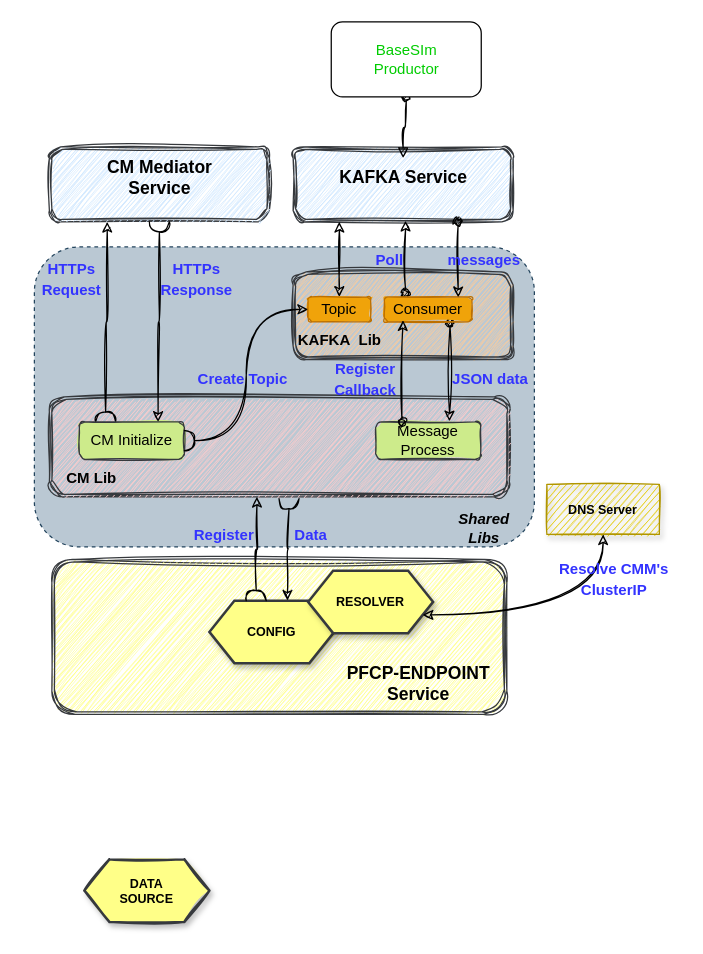
This is page "Config+DataSource" (3 of 6) of External_submodule.drawio from SunLucc/Test, a draw.io file, before an edit. Source tidied: cells renumbered, new cells numbered last; positions are measured from the earlier drawing's top-left corner, leaving out a move shared by most shapes. Both pictures are drawn from the tidied source at 125%, with x=0, y=0 at pixel (21, 21).
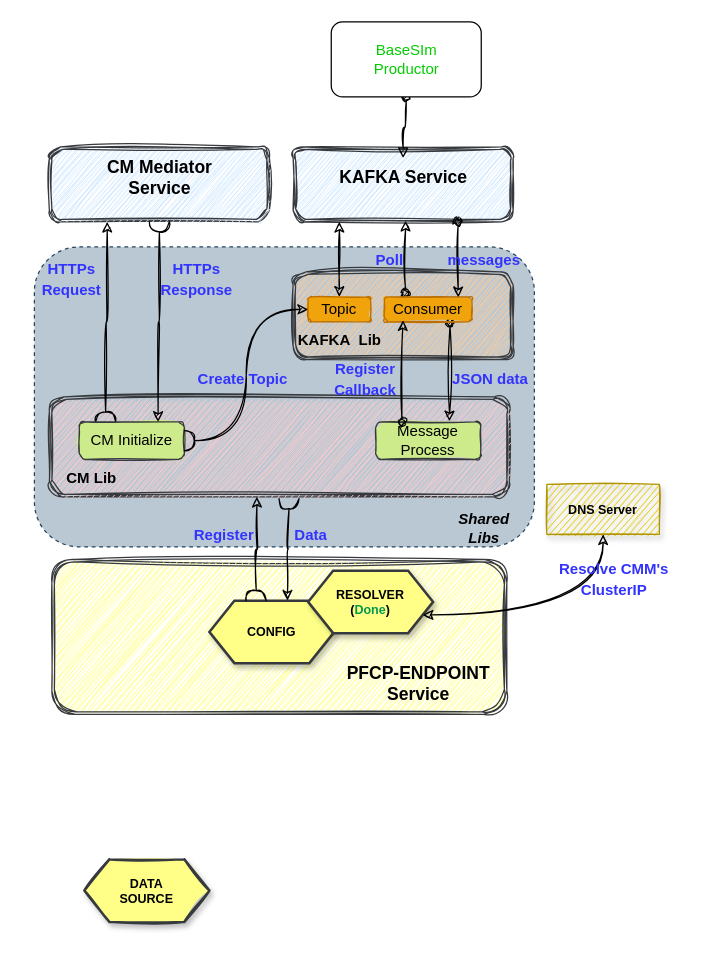
After the change.

The change refers to these unchanged cells:
```xml
<mxCell id="2" style="group;" parent="1" vertex="1">
  <mxGeometry y="100" width="527.5" height="444" as="geometry" />
</mxCell>
```

Diff of the diagram source:
```diff
@@
-    <mxCell id="6" value="&lt;b style=&quot;font-size: 10px;&quot;&gt;RESOLVER&lt;/b&gt;" style="shape=hexagon;perimeter=hexagonPerimeter2;whiteSpace=wrap;html=1;fixedSize=1;fillStyle=solid;fillColor=#ffff88;strokeColor=#36393d;fontSize=10;rounded=0;shadow=1;strokeWidth=2;" parent="2" vertex="1">
+    <mxCell id="6" value="&lt;b style=&quot;font-size: 10px;&quot;&gt;RESOLVER&lt;br&gt;&lt;/b&gt;&lt;b style=&quot;border-color: var(--border-color);&quot;&gt;(&lt;font style=&quot;border-color: var(--border-color);&quot; color=&quot;#00994d&quot;&gt;Done&lt;/font&gt;)&lt;/b&gt;&lt;b style=&quot;font-size: 10px;&quot;&gt;&lt;br&gt;&lt;/b&gt;" style="shape=hexagon;perimeter=hexagonPerimeter2;whiteSpace=wrap;html=1;fixedSize=1;fillStyle=solid;fillColor=#ffff88;strokeColor=#36393d;fontSize=10;rounded=0;shadow=1;strokeWidth=2;" parent="2" vertex="1">
       <mxGeometry x="229" y="339" width="100" height="50" as="geometry" />
     </mxCell>
```
